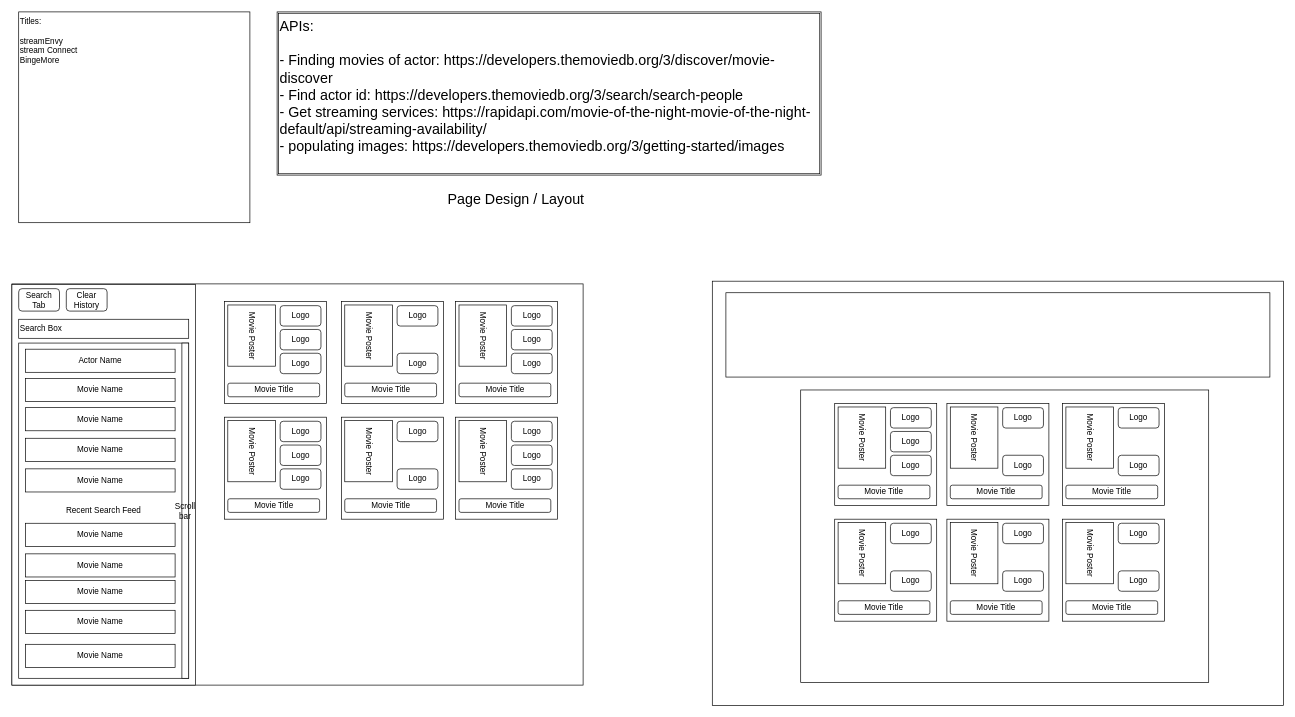
Above: page "Page Layout" (1 of 3) of Stream Connect.drawio in gatorhatur/stream-connect (draw.io), before the change. Source tidied: cells renumbered, new cells numbered last; positions are measured from the earlier drawing's top-left corner, leaving out a move shared by most shapes. Both pictures are drawn from the tidied source at 68%, with x=0, y=0 at pixel (12, 12).
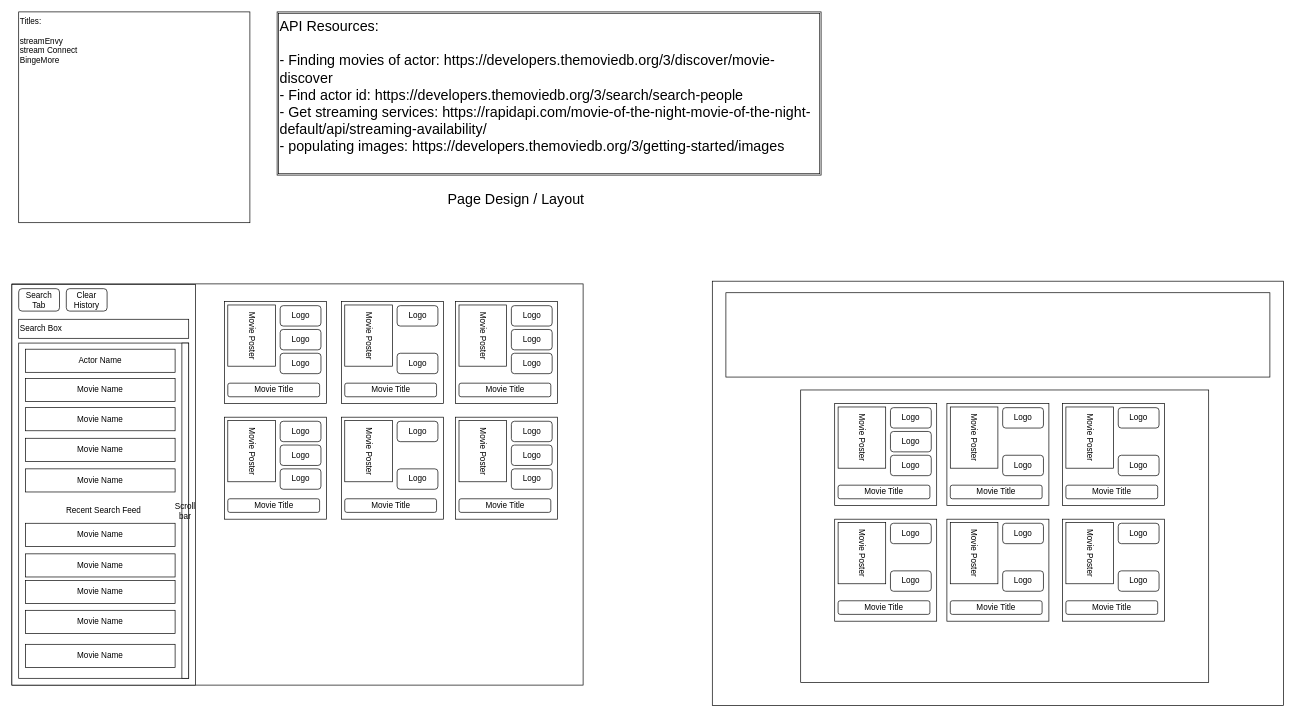
The same diagram, later.

The edit, as a diff of the source:
```diff
@@
-    <mxCell id="89" value="APIs:&lt;br&gt;&lt;br&gt;- Finding movies of actor:&amp;nbsp;https://developers.themoviedb.org/3/discover/movie-discover&lt;br&gt;- Find actor id:&amp;nbsp;https://developers.themoviedb.org/3/search/search-people&lt;br&gt;- Get streaming services:&amp;nbsp;https://rapidapi.com/movie-of-the-night-movie-of-the-night-default/api/streaming-availability/&lt;br&gt;- populating images:&amp;nbsp;https://developers.themoviedb.org/3/getting-started/images&lt;br&gt;" style="shape=ext;double=1;rounded=0;whiteSpace=wrap;html=1;fontSize=21;align=left;verticalAlign=top;" parent="1" vertex="1">
+    <mxCell id="89" value="API Resources:&lt;br&gt;&lt;br&gt;- Finding movies of actor:&amp;nbsp;https://developers.themoviedb.org/3/discover/movie-discover&lt;br&gt;- Find actor id:&amp;nbsp;https://developers.themoviedb.org/3/search/search-people&lt;br&gt;- Get streaming services:&amp;nbsp;https://rapidapi.com/movie-of-the-night-movie-of-the-night-default/api/streaming-availability/&lt;br&gt;- populating images:&amp;nbsp;https://developers.themoviedb.org/3/getting-started/images" style="shape=ext;double=1;rounded=0;whiteSpace=wrap;html=1;fontSize=21;align=left;verticalAlign=top;" parent="1" vertex="1">
       <mxGeometry x="390" width="800" height="240" as="geometry" />
     </mxCell>
```
